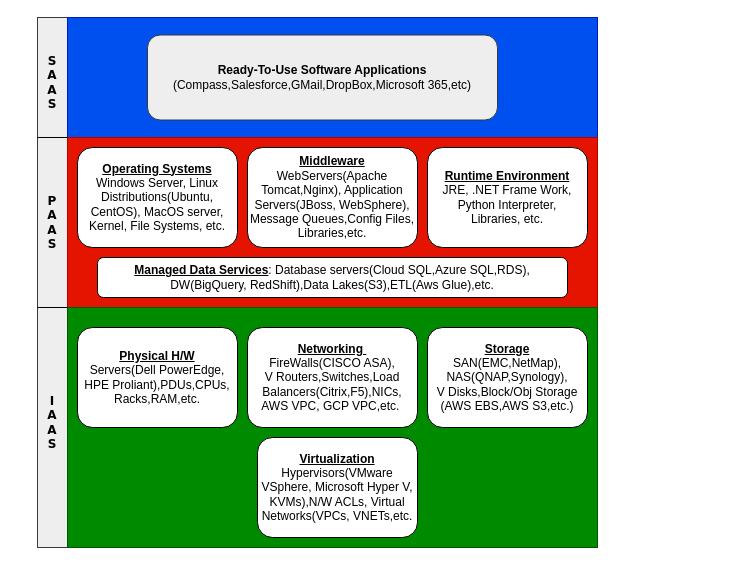
Above: Untitled Diagram.drawio in GR-882/DataValley-FullStack-Assignment-10 (draw.io), before the change. Source tidied: cells renumbered, new cells numbered last; positions are measured from the earlier drawing's top-left corner, leaving out a move shared by most shapes. Both pictures are drawn from the tidied source at 100%, with x=0, y=0 at pixel (17, 17).
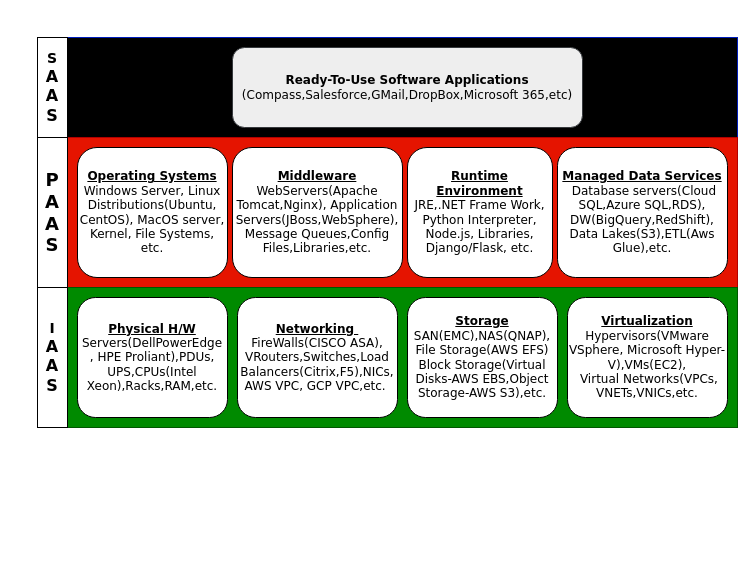
The same diagram, later.

What changed in the source:
```diff
@@
-<mxGraphModel>
+<mxGraphModel background="#ffffff">
@@
-    <mxCell id="2" style="whiteSpace=wrap;html=1;fillColor=#eeeeee;strokeColor=#36393d;" parent="1" vertex="1">
-      <mxGeometry x="20" width="530" height="530" as="geometry" />
-    </mxCell>
-    <mxCell id="3" style="rounded=0;whiteSpace=wrap;html=1;fillColor=#0050ef;fontColor=#ffffff;strokeColor=#001DBC;" parent="1" vertex="1">
-      <mxGeometry x="50" width="530" height="120" as="geometry" />
+    <mxCell id="3" style="rounded=0;whiteSpace=wrap;html=1;fillColor=light-dark(#000000,#CCFFFF);fontColor=#ffffff;strokeColor=light-dark(#001DBC,#99FFFF);gradientColor=none;" parent="1" vertex="1">
+      <mxGeometry x="50" y="20" width="670" height="100" as="geometry" />
     </mxCell>
-    <mxCell id="4" style="rounded=0;whiteSpace=wrap;html=1;fillColor=#e51400;strokeColor=#B20000;fontColor=#ffffff;" parent="1" vertex="1">
-      <mxGeometry x="50" y="120" width="530" height="170" as="geometry" />
+    <mxCell id="4" style="rounded=0;whiteSpace=wrap;html=1;fillColor=light-dark(#E51400,#FFCCCC);strokeColor=#B20000;fontColor=#ffffff;" parent="1" vertex="1">
+      <mxGeometry x="50" y="120" width="670" height="150" as="geometry" />
     </mxCell>
-    <mxCell id="5" style="rounded=0;whiteSpace=wrap;html=1;fillColor=#008a00;strokeColor=#005700;fontColor=#ffffff;" parent="1" vertex="1">
-      <mxGeometry x="50" y="290" width="530" height="240" as="geometry" />
+    <mxCell id="5" style="rounded=0;whiteSpace=wrap;html=1;fillColor=light-dark(#008A00,#CCFFCC);strokeColor=#005700;fontColor=#ffffff;" parent="1" vertex="1">
+      <mxGeometry x="50" y="270" width="670" height="140" as="geometry" />
     </mxCell>
-    <mxCell id="6" value="&lt;b&gt;&lt;u&gt;Physical H/W&lt;/u&gt;&lt;/b&gt;&lt;div&gt;Servers(Dell PowerEdge, HPE&lt;span style=&quot;background-color: transparent; color: light-dark(rgb(0, 0, 0), rgb(255, 255, 255));&quot;&gt;&amp;nbsp;Proliant),PDUs,CPUs,&lt;/span&gt;&lt;/div&gt;&lt;div&gt;&lt;span style=&quot;background-color: transparent; color: light-dark(rgb(0, 0, 0), rgb(255, 255, 255));&quot;&gt;Racks,RAM,etc.&lt;/span&gt;&lt;/div&gt;" style="rounded=1;whiteSpace=wrap;html=1;" parent="1" vertex="1">
-      <mxGeometry x="60" y="310" width="160" height="100" as="geometry" />
+    <mxCell id="6" value="&lt;b&gt;&lt;font style=&quot;color: light-dark(rgb(0, 0, 0), rgb(0, 0, 0));&quot; face=&quot;Verdana&quot;&gt;&lt;u&gt;Physical H/W&lt;/u&gt;&lt;/font&gt;&lt;/b&gt;&lt;div&gt;&lt;font style=&quot;background-color: transparent; color: light-dark(rgb(0, 0, 0), rgb(0, 0, 0));&quot; face=&quot;Verdana&quot;&gt;Servers(DellPowerEdge&lt;/font&gt;&lt;/div&gt;&lt;div&gt;&lt;font style=&quot;background-color: transparent; color: light-dark(rgb(0, 0, 0), rgb(0, 0, 0));&quot; face=&quot;Verdana&quot;&gt;, HPE&lt;span style=&quot;background-color: transparent;&quot;&gt;&amp;nbsp;Proliant)&lt;/span&gt;&lt;/font&gt;&lt;span style=&quot;background-color: transparent; color: light-dark(rgb(0, 0, 0), rgb(0, 0, 0)); font-family: Verdana;&quot;&gt;,PDUs,&lt;/span&gt;&lt;div&gt;&lt;font style=&quot;color: light-dark(rgb(0, 0, 0), rgb(0, 0, 0));&quot;&gt;&lt;font face=&quot;Verdana&quot;&gt;&lt;span style=&quot;background-color: transparent;&quot;&gt;UPS,CPUs(Intel Xeon),&lt;/span&gt;&lt;/font&gt;&lt;span style=&quot;font-family: Verdana; background-color: transparent;&quot;&gt;Racks,RAM,etc.&lt;/span&gt;&lt;/font&gt;&lt;/div&gt;&lt;/div&gt;" style="rounded=1;whiteSpace=wrap;html=1;fillColor=light-dark(#FFFFFF,#FFFFFF);" parent="1" vertex="1">
+      <mxGeometry x="60" y="280" width="150" height="120" as="geometry" />
     </mxCell>
-    <mxCell id="7" value="&lt;b&gt;&lt;u&gt;Networking&amp;nbsp;&lt;/u&gt;&lt;/b&gt;&lt;div&gt;FireWalls(CISCO ASA),&lt;/div&gt;&lt;div&gt;V Routers,Switches,Load Balancers(Citrix,F5),NICs,&lt;/div&gt;&lt;div&gt;AWS VPC, GCP VPC,etc.&amp;nbsp;&lt;/div&gt;" style="rounded=1;whiteSpace=wrap;html=1;align=center;" parent="1" vertex="1">
-      <mxGeometry x="230" y="310" width="170" height="100" as="geometry" />
+    <mxCell id="7" value="&lt;b&gt;&lt;font style=&quot;color: light-dark(rgb(0, 0, 0), rgb(0, 0, 0));&quot; face=&quot;Verdana&quot;&gt;&lt;u&gt;Networking&amp;nbsp;&lt;/u&gt;&lt;/font&gt;&lt;/b&gt;&lt;div&gt;&lt;font style=&quot;color: light-dark(rgb(0, 0, 0), rgb(0, 0, 0));&quot; face=&quot;Verdana&quot;&gt;FireWalls(CISCO ASA),&lt;/font&gt;&lt;/div&gt;&lt;div&gt;&lt;font style=&quot;color: light-dark(rgb(0, 0, 0), rgb(0, 0, 0));&quot; face=&quot;Verdana&quot;&gt;VRouters,Switches,Load Balancers(Citrix,F5),NICs,&lt;/font&gt;&lt;/div&gt;&lt;div&gt;&lt;font style=&quot;color: light-dark(rgb(0, 0, 0), rgb(0, 0, 0));&quot; face=&quot;Verdana&quot;&gt;AWS VPC, GCP VPC,etc.&amp;nbsp;&lt;/font&gt;&lt;/div&gt;" style="rounded=1;whiteSpace=wrap;html=1;align=center;fillColor=light-dark(#FFFFFF,#FFFFFF);" parent="1" vertex="1">
+      <mxGeometry x="220" y="280" width="160" height="120" as="geometry" />
     </mxCell>
-    <mxCell id="8" value="&lt;b&gt;&lt;u&gt;Storage&lt;/u&gt;&lt;/b&gt;&lt;div style=&quot;&quot;&gt;SAN(EMC,NetMap),&lt;/div&gt;&lt;div style=&quot;&quot;&gt;NAS(QNAP,Synology),&lt;/div&gt;&lt;div style=&quot;&quot;&gt;V Disks,Block/Obj Storage&lt;/div&gt;&lt;div style=&quot;&quot;&gt;(AWS EBS,AWS S3,etc.)&lt;/div&gt;" style="rounded=1;whiteSpace=wrap;html=1;" parent="1" vertex="1">
-      <mxGeometry x="410" y="310" width="160" height="100" as="geometry" />
+    <mxCell id="8" value="&lt;font style=&quot;color: light-dark(rgb(0, 0, 0), rgb(0, 0, 0));&quot; face=&quot;Verdana&quot;&gt;&lt;b style=&quot;&quot;&gt;&lt;u&gt;Storage&lt;/u&gt;&lt;/b&gt;&lt;/font&gt;&lt;div style=&quot;&quot;&gt;&lt;font style=&quot;color: light-dark(rgb(0, 0, 0), rgb(0, 0, 0));&quot; face=&quot;Verdana&quot;&gt;SAN(EMC),&lt;/font&gt;&lt;span style=&quot;color: light-dark(rgb(0, 0, 0), rgb(0, 0, 0)); font-family: Verdana; background-color: transparent;&quot;&gt;NAS(QNAP),&lt;/span&gt;&lt;/div&gt;&lt;div style=&quot;&quot;&gt;&lt;span style=&quot;color: light-dark(rgb(0, 0, 0), rgb(0, 0, 0)); font-family: Verdana; background-color: transparent;&quot;&gt;File Storage(AWS EFS)&lt;/span&gt;&lt;/div&gt;&lt;div style=&quot;&quot;&gt;&lt;font style=&quot;color: light-dark(rgb(0, 0, 0), rgb(0, 0, 0));&quot; face=&quot;Verdana&quot;&gt;Block Storage(Virtual Disks-AWS EBS,&lt;/font&gt;&lt;span style=&quot;color: light-dark(rgb(0, 0, 0), rgb(0, 0, 0)); font-family: Verdana; background-color: transparent;&quot;&gt;Object Storage&lt;/span&gt;&lt;span style=&quot;color: light-dark(rgb(0, 0, 0), rgb(0, 0, 0)); font-family: Verdana; background-color: transparent;&quot;&gt;-AWS S3),etc.&lt;/span&gt;&lt;/div&gt;" style="rounded=1;whiteSpace=wrap;html=1;fillColor=light-dark(#FFFFFF,#FFFFFF);" parent="1" vertex="1">
+      <mxGeometry x="390" y="280" width="150" height="120" as="geometry" />
     </mxCell>
-    <mxCell id="9" value="&lt;b style=&quot;&quot;&gt;&lt;u&gt;Virtualization&lt;/u&gt;&lt;/b&gt;&lt;div&gt;Hypervisors(VMware VSphere, Microsoft Hyper V, KVMs),N/W ACLs, Virtual Networks(VPCs, VNETs,etc.&lt;/div&gt;" style="rounded=1;whiteSpace=wrap;html=1;" parent="1" vertex="1">
-      <mxGeometry x="240" y="420" width="160" height="100" as="geometry" />
+    <mxCell id="9" value="&lt;b style=&quot;&quot;&gt;&lt;font style=&quot;color: light-dark(rgb(0, 0, 0), rgb(0, 0, 0));&quot; face=&quot;Verdana&quot;&gt;&lt;u&gt;Virtualization&lt;/u&gt;&lt;/font&gt;&lt;/b&gt;&lt;div&gt;&lt;font style=&quot;color: light-dark(rgb(0, 0, 0), rgb(0, 0, 0));&quot; face=&quot;Verdana&quot;&gt;Hypervisors(VMware VSphere,&amp;nbsp;&lt;/font&gt;&lt;span style=&quot;color: light-dark(rgb(0, 0, 0), rgb(0, 0, 0)); font-family: Verdana; background-color: transparent;&quot;&gt;Microsoft Hyper-V),VMs(EC2),&lt;/span&gt;&lt;/div&gt;&lt;div&gt;&lt;font style=&quot;color: light-dark(rgb(0, 0, 0), rgb(0, 0, 0));&quot; face=&quot;Verdana&quot;&gt;&amp;nbsp;Virtual Networks(VPCs, VNETs,VNICs,etc.&lt;/font&gt;&lt;/div&gt;" style="rounded=1;whiteSpace=wrap;html=1;gradientColor=none;fillColor=light-dark(#FFFFFF,#FFFFFF);" parent="1" vertex="1">
+      <mxGeometry x="550" y="280" width="160" height="120" as="geometry" />
     </mxCell>
-    <mxCell id="10" value="&lt;b&gt;&lt;u&gt;Operating Systems&lt;/u&gt;&lt;/b&gt;&lt;br&gt;&lt;div&gt;&lt;span style=&quot;background-color: transparent; color: light-dark(rgb(0, 0, 0), rgb(255, 255, 255));&quot;&gt;Windows Server, Linux Distributions(Ubuntu, CentOS), MacOS server,&lt;/span&gt;&lt;/div&gt;&lt;div&gt;&lt;span style=&quot;background-color: transparent; color: light-dark(rgb(0, 0, 0), rgb(255, 255, 255));&quot;&gt;Kernel, File Systems, etc.&lt;/span&gt;&lt;/div&gt;" style="rounded=1;whiteSpace=wrap;html=1;" parent="1" vertex="1">
-      <mxGeometry x="60" y="130" width="160" height="100" as="geometry" />
+    <mxCell id="10" value="&lt;font style=&quot;color: light-dark(rgb(0, 0, 0), rgb(0, 0, 0));&quot; face=&quot;Verdana&quot;&gt;&lt;b&gt;&lt;u&gt;Operating Systems&lt;/u&gt;&lt;/b&gt;&lt;br&gt;&lt;/font&gt;&lt;div&gt;&lt;span style=&quot;background-color: transparent;&quot;&gt;&lt;font style=&quot;color: light-dark(rgb(0, 0, 0), rgb(0, 0, 0));&quot; face=&quot;Verdana&quot;&gt;Windows Server, Linux Distributions(Ubuntu, CentOS), MacOS server,&lt;/font&gt;&lt;/span&gt;&lt;/div&gt;&lt;div&gt;&lt;span style=&quot;background-color: transparent;&quot;&gt;&lt;font style=&quot;color: light-dark(rgb(0, 0, 0), rgb(0, 0, 0));&quot; face=&quot;Verdana&quot;&gt;Kernel, File Systems, etc.&lt;/font&gt;&lt;/span&gt;&lt;/div&gt;" style="rounded=1;whiteSpace=wrap;html=1;fillColor=light-dark(#FFFFFF,#FFFFFF);" parent="1" vertex="1">
+      <mxGeometry x="60" y="130" width="150" height="130" as="geometry" />
     </mxCell>
-    <mxCell id="11" value="&lt;b&gt;&lt;u&gt;Middleware&lt;/u&gt;&lt;/b&gt;&lt;div&gt;WebServers(Apache Tomcat,Nginx), Application Servers(JBoss, WebSphere),&lt;/div&gt;&lt;div&gt;Message Queues,Config Files,&lt;/div&gt;&lt;div&gt;Libraries,etc.&lt;/div&gt;" style="rounded=1;whiteSpace=wrap;html=1;" parent="1" vertex="1">
-      <mxGeometry x="230" y="130" width="170" height="100" as="geometry" />
+    <mxCell id="11" value="&lt;b&gt;&lt;font style=&quot;color: light-dark(rgb(0, 0, 0), rgb(0, 0, 0));&quot; face=&quot;Verdana&quot;&gt;&lt;u&gt;Middleware&lt;/u&gt;&lt;/font&gt;&lt;/b&gt;&lt;div&gt;&lt;font style=&quot;color: light-dark(rgb(0, 0, 0), rgb(0, 0, 0));&quot; face=&quot;Verdana&quot;&gt;WebServers(Apache Tomcat,Nginx), Application Servers(JBoss,WebSphere),&lt;/font&gt;&lt;/div&gt;&lt;div&gt;&lt;font style=&quot;color: light-dark(rgb(0, 0, 0), rgb(0, 0, 0));&quot;&gt;&lt;font face=&quot;Verdana&quot;&gt;Message Queues,&lt;/font&gt;&lt;span style=&quot;font-family: Verdana; background-color: transparent;&quot;&gt;Config Files,&lt;/span&gt;&lt;span style=&quot;font-family: Verdana; background-color: transparent;&quot;&gt;Libraries,etc.&lt;/span&gt;&lt;/font&gt;&lt;/div&gt;" style="rounded=1;whiteSpace=wrap;html=1;align=center;fillColor=light-dark(#FFFFFF,#FFFFFF);" parent="1" vertex="1">
+      <mxGeometry x="215" y="130" width="170" height="130" as="geometry" />
     </mxCell>
-    <mxCell id="12" value="&lt;b&gt;&lt;u&gt;Runtime Environment&lt;/u&gt;&lt;/b&gt;&lt;div&gt;JRE, .NET Frame Work,&lt;/div&gt;&lt;div&gt;Python Interpreter,&lt;/div&gt;&lt;div&gt;Libraries, etc.&lt;/div&gt;" style="rounded=1;whiteSpace=wrap;html=1;" parent="1" vertex="1">
-      <mxGeometry x="410" y="130" width="160" height="100" as="geometry" />
+    <mxCell id="12" value="&lt;b&gt;&lt;font style=&quot;color: light-dark(rgb(0, 0, 0), rgb(0, 0, 0));&quot; face=&quot;Verdana&quot;&gt;&lt;u&gt;Runtime&lt;/u&gt;&lt;/font&gt;&lt;/b&gt;&lt;div&gt;&lt;b&gt;&lt;font style=&quot;color: light-dark(rgb(0, 0, 0), rgb(0, 0, 0));&quot; face=&quot;Verdana&quot;&gt;&lt;u&gt;Environment&lt;/u&gt;&lt;/font&gt;&lt;/b&gt;&lt;div&gt;&lt;font style=&quot;color: light-dark(rgb(0, 0, 0), rgb(0, 0, 0));&quot; face=&quot;Verdana&quot;&gt;JRE,.NET Frame Work,&lt;/font&gt;&lt;/div&gt;&lt;div&gt;&lt;font style=&quot;color: light-dark(rgb(0, 0, 0), rgb(0, 0, 0));&quot; face=&quot;Verdana&quot;&gt;Python Interpreter,&lt;/font&gt;&lt;/div&gt;&lt;div&gt;&lt;font style=&quot;color: light-dark(rgb(0, 0, 0), rgb(0, 0, 0));&quot; face=&quot;Verdana&quot;&gt;Node.js, Libraries,&lt;/font&gt;&lt;/div&gt;&lt;div&gt;&lt;font style=&quot;color: light-dark(rgb(0, 0, 0), rgb(0, 0, 0));&quot; face=&quot;Verdana&quot;&gt;Django/Flask, etc.&lt;/font&gt;&lt;/div&gt;&lt;/div&gt;" style="rounded=1;whiteSpace=wrap;html=1;fillColor=light-dark(#FFFFFF,#FFFFFF);" parent="1" vertex="1">
+      <mxGeometry x="390" y="130" width="145" height="130" as="geometry" />
     </mxCell>
-    <mxCell id="13" style="endArrow=none;html=1;rounded=0;entryX=0;entryY=0;entryDx=0;entryDy=0;" parent="1" edge="1" target="4">
-      <mxGeometry relative="1" as="geometry">
-        <mxPoint x="20" y="120" as="sourcePoint" />
-      </mxGeometry>
-    </mxCell>
-    <mxCell id="14" style="endArrow=none;html=1;rounded=0;" parent="1" edge="1">
-      <mxGeometry relative="1" as="geometry">
-        <mxPoint x="20" y="290" as="sourcePoint" />
-        <mxPoint x="50" y="290" as="targetPoint" />
-      </mxGeometry>
-    </mxCell>
-    <mxCell id="15" value="&lt;b&gt;&lt;font face=&quot;Verdana&quot; style=&quot;color: light-dark(rgb(0, 0, 0), rgb(234, 107, 102));&quot;&gt;I&lt;/font&gt;&lt;/b&gt;&lt;div&gt;&lt;b&gt;&lt;font face=&quot;Verdana&quot; style=&quot;color: light-dark(rgb(0, 0, 0), rgb(234, 107, 102));&quot;&gt;A&lt;/font&gt;&lt;/b&gt;&lt;/div&gt;&lt;div&gt;&lt;b&gt;&lt;font face=&quot;Verdana&quot; style=&quot;color: light-dark(rgb(0, 0, 0), rgb(234, 107, 102));&quot;&gt;A&lt;/font&gt;&lt;/b&gt;&lt;/div&gt;&lt;div&gt;&lt;b&gt;&lt;font face=&quot;Verdana&quot; style=&quot;color: light-dark(rgb(0, 0, 0), rgb(234, 107, 102));&quot;&gt;S&lt;/font&gt;&lt;/b&gt;&lt;/div&gt;" style="text;strokeColor=none;align=center;fillColor=none;html=1;verticalAlign=middle;whiteSpace=wrap;rounded=0;" parent="1" vertex="1">
-      <mxGeometry y="350" width="70" height="110" as="geometry" />
-    </mxCell>
-    <mxCell id="16" value="&lt;b&gt;&lt;font face=&quot;Verdana&quot; style=&quot;color: light-dark(rgb(0, 0, 0), rgb(0, 255, 255));&quot;&gt;P&lt;/font&gt;&lt;/b&gt;&lt;div&gt;&lt;b&gt;&lt;font face=&quot;Verdana&quot; style=&quot;color: light-dark(rgb(0, 0, 0), rgb(0, 255, 255));&quot;&gt;A&lt;/font&gt;&lt;/b&gt;&lt;/div&gt;&lt;div&gt;&lt;b&gt;&lt;font face=&quot;Verdana&quot; style=&quot;color: light-dark(rgb(0, 0, 0), rgb(0, 255, 255));&quot;&gt;A&lt;/font&gt;&lt;/b&gt;&lt;/div&gt;&lt;div&gt;&lt;b&gt;&lt;font face=&quot;Verdana&quot; style=&quot;color: light-dark(rgb(0, 0, 0), rgb(0, 255, 255));&quot;&gt;S&lt;/font&gt;&lt;/b&gt;&lt;/div&gt;" style="text;strokeColor=none;align=center;fillColor=none;html=1;verticalAlign=middle;whiteSpace=wrap;rounded=0;" parent="1" vertex="1">
-      <mxGeometry y="165" width="70" height="80" as="geometry" />
-    </mxCell>
-    <mxCell id="17" value="&lt;b&gt;&lt;font face=&quot;Verdana&quot; style=&quot;color: light-dark(rgb(0, 0, 0), rgb(128, 255, 0));&quot;&gt;S&lt;/font&gt;&lt;/b&gt;&lt;div&gt;&lt;b&gt;&lt;font face=&quot;Verdana&quot; style=&quot;color: light-dark(rgb(0, 0, 0), rgb(128, 255, 0));&quot;&gt;A&lt;br&gt;A&lt;br&gt;S&lt;/font&gt;&lt;/b&gt;&lt;/div&gt;" style="text;strokeColor=none;align=center;fillColor=none;html=1;verticalAlign=middle;whiteSpace=wrap;rounded=0;" parent="1" vertex="1">
-      <mxGeometry y="50" width="70" height="30" as="geometry" />
-    </mxCell>
-    <mxCell id="18" value="&lt;b&gt;Ready-To-Use Software Applications&lt;/b&gt;&lt;div&gt;(Compass,Salesforce,GMail,DropBox,Microsoft 365,etc)&lt;/div&gt;" style="rounded=1;whiteSpace=wrap;html=1;fillColor=#eeeeee;strokeColor=#36393d;" parent="1" vertex="1">
-      <mxGeometry x="130" y="17.5" width="350" height="85" as="geometry" />
+    <mxCell id="18" value="&lt;b&gt;&lt;font style=&quot;color: light-dark(rgb(0, 0, 0), rgb(0, 0, 0));&quot; face=&quot;Verdana&quot;&gt;Ready-To-Use Software Applications&lt;/font&gt;&lt;/b&gt;&lt;div&gt;&lt;font style=&quot;color: light-dark(rgb(0, 0, 0), rgb(0, 0, 0));&quot; face=&quot;Verdana&quot;&gt;(Compass,Salesforce,GMail,DropBox,Microsoft 365,etc)&lt;/font&gt;&lt;/div&gt;" style="rounded=1;whiteSpace=wrap;html=1;fillColor=light-dark(#EEEEEE,#FFFFFF);strokeColor=#36393d;" parent="1" vertex="1">
+      <mxGeometry x="215" y="30" width="350" height="80" as="geometry" />
     </mxCell>
-    <mxCell id="19" value="&lt;b&gt;&lt;u&gt;Managed Data Services&lt;/u&gt;&lt;/b&gt;: Database servers(Cloud SQL,Azure SQL,RDS), DW(BigQuery, RedShift),Data Lakes(S3),ETL(Aws Glue),etc." style="rounded=1;whiteSpace=wrap;html=1;" parent="1" vertex="1">
-      <mxGeometry x="80" y="240" width="470" height="40" as="geometry" />
+    <mxCell id="19" value="&lt;font style=&quot;color: light-dark(rgb(0, 0, 0), rgb(0, 0, 0));&quot; face=&quot;Verdana&quot;&gt;&lt;b&gt;&lt;u&gt;Managed Data Services&lt;/u&gt;&lt;/b&gt;&lt;/font&gt;&lt;div&gt;&lt;font style=&quot;color: light-dark(rgb(0, 0, 0), rgb(0, 0, 0));&quot; face=&quot;Verdana&quot;&gt;&amp;nbsp;Database servers(Cloud SQL,Azure SQL,RDS), DW(BigQuery,RedShift),&lt;/font&gt;&lt;/div&gt;&lt;div&gt;&lt;font style=&quot;color: light-dark(rgb(0, 0, 0), rgb(0, 0, 0));&quot; face=&quot;Verdana&quot;&gt;Data Lakes(S3),ETL(Aws Glue),etc.&lt;/font&gt;&lt;/div&gt;" style="rounded=1;whiteSpace=wrap;html=1;arcSize=14;fillColor=light-dark(#FFFFFF,#FFFFFF);" parent="1" vertex="1">
+      <mxGeometry x="540" y="130" width="170" height="130" as="geometry" />
     </mxCell>
+    <mxCell id="17" value="&lt;font style=&quot;font-size: 14px; color: light-dark(rgb(0, 0, 0), rgb(0, 0, 0));&quot; face=&quot;Verdana&quot;&gt;&lt;b style=&quot;&quot;&gt;S&lt;/b&gt;&lt;/font&gt;&lt;div&gt;&lt;font size=&quot;3&quot; style=&quot;color: light-dark(rgb(0, 0, 0), rgb(0, 0, 0));&quot; face=&quot;Verdana&quot;&gt;&lt;b&gt;A&lt;/b&gt;&lt;/font&gt;&lt;/div&gt;&lt;div&gt;&lt;font size=&quot;3&quot; style=&quot;color: light-dark(rgb(0, 0, 0), rgb(0, 0, 0));&quot; face=&quot;Verdana&quot;&gt;&lt;b&gt;A&lt;/b&gt;&lt;/font&gt;&lt;/div&gt;&lt;div&gt;&lt;font size=&quot;3&quot; style=&quot;color: light-dark(rgb(0, 0, 0), rgb(0, 0, 0));&quot; face=&quot;Verdana&quot;&gt;&lt;b style=&quot;&quot;&gt;S&lt;/b&gt;&lt;/font&gt;&lt;/div&gt;" style="rounded=0;whiteSpace=wrap;html=1;fillColor=light-dark(#FFFFFF,#FFCCCC);" parent="1" vertex="1">
+      <mxGeometry x="20" y="20" width="30" height="100" as="geometry" />
+    </mxCell>
+    <mxCell id="16" value="&lt;font style=&quot;color: light-dark(rgb(0, 0, 0), rgb(0, 0, 0));&quot; face=&quot;Verdana&quot;&gt;&lt;span style=&quot;font-size: 18px;&quot;&gt;&lt;b style=&quot;&quot;&gt;P&lt;br&gt;A&lt;/b&gt;&lt;/span&gt;&lt;/font&gt;&lt;div&gt;&lt;font style=&quot;color: light-dark(rgb(0, 0, 0), rgb(0, 0, 0));&quot; face=&quot;Verdana&quot;&gt;&lt;span style=&quot;font-size: 18px;&quot;&gt;&lt;b&gt;A&lt;/b&gt;&lt;/span&gt;&lt;/font&gt;&lt;/div&gt;&lt;div&gt;&lt;font style=&quot;color: light-dark(rgb(0, 0, 0), rgb(0, 0, 0));&quot; face=&quot;Verdana&quot;&gt;&lt;span style=&quot;font-size: 18px;&quot;&gt;&lt;b style=&quot;&quot;&gt;S&lt;/b&gt;&lt;/span&gt;&lt;/font&gt;&lt;/div&gt;" style="rounded=0;whiteSpace=wrap;html=1;fillColor=light-dark(#FFFFFF,#CCFFCC);shadow=0;labelBackgroundColor=none;" parent="1" vertex="1">
+      <mxGeometry x="20" y="120" width="30" height="150" as="geometry" />
+    </mxCell>
+    <mxCell id="15" value="&lt;b&gt;&lt;font style=&quot;font-size: 14px; color: light-dark(rgb(0, 0, 0), rgb(0, 0, 0));&quot; face=&quot;Verdana&quot;&gt;I&lt;/font&gt;&lt;/b&gt;&lt;div&gt;&lt;b&gt;&lt;font size=&quot;3&quot; style=&quot;color: light-dark(rgb(0, 0, 0), rgb(0, 0, 0));&quot; face=&quot;Verdana&quot;&gt;A&lt;/font&gt;&lt;/b&gt;&lt;/div&gt;&lt;div&gt;&lt;b&gt;&lt;font size=&quot;3&quot; style=&quot;color: light-dark(rgb(0, 0, 0), rgb(0, 0, 0));&quot; face=&quot;Verdana&quot;&gt;A&lt;/font&gt;&lt;/b&gt;&lt;/div&gt;&lt;div&gt;&lt;b&gt;&lt;font size=&quot;3&quot; style=&quot;color: light-dark(rgb(0, 0, 0), rgb(0, 0, 0));&quot; face=&quot;Verdana&quot;&gt;S&lt;/font&gt;&lt;/b&gt;&lt;/div&gt;" style="rounded=0;whiteSpace=wrap;html=1;fillColor=light-dark(#FFFFFF,#CCFFFF);" parent="1" vertex="1">
+      <mxGeometry x="20" y="270" width="30" height="140" as="geometry" />
+    </mxCell>
```
